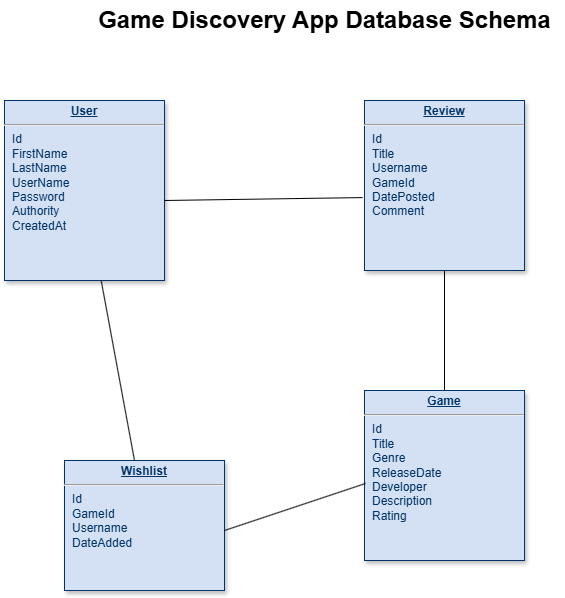
Earlier version of the draw.io export Game-Discovery-App-Database-Diagram.png (randiquek/Assessment-Java-Full-Stack-Application). Source tidied: cells renumbered, new cells last; positions are measured from the earlier drawing's top-left corner, leaving out a move shared by most shapes. The source it was exported from:
```xml
<mxGraphModel>
  <root>
    <mxCell id="0" />
    <mxCell id="1" parent="0" />
    <mxCell id="2" value="&lt;p style=&quot;margin: 0px; margin-top: 4px; text-align: center; text-decoration: underline;&quot;&gt;&lt;strong&gt;User&lt;/strong&gt;&lt;/p&gt;&lt;hr&gt;&lt;p style=&quot;margin: 0px; margin-left: 8px;&quot;&gt;Id&lt;/p&gt;&lt;p style=&quot;margin: 0px; margin-left: 8px;&quot;&gt;FirstName&lt;/p&gt;&lt;p style=&quot;margin: 0px; margin-left: 8px;&quot;&gt;LastName&lt;/p&gt;&lt;p style=&quot;margin: 0px; margin-left: 8px;&quot;&gt;UserName&lt;/p&gt;&lt;p style=&quot;margin: 0px; margin-left: 8px;&quot;&gt;Password&lt;/p&gt;&lt;p style=&quot;margin: 0px; margin-left: 8px;&quot;&gt;Authority&lt;/p&gt;&lt;p style=&quot;margin: 0px; margin-left: 8px;&quot;&gt;CreatedAt&lt;/p&gt;" style="verticalAlign=top;align=left;overflow=fill;fontSize=12;fontFamily=Helvetica;html=1;strokeColor=#003366;shadow=1;fillColor=#D4E1F5;fontColor=#003366;" parent="1" vertex="1">
      <mxGeometry y="100" width="160" height="180" as="geometry" />
    </mxCell>
    <mxCell id="3" value="&lt;p style=&quot;margin: 0px; margin-top: 4px; text-align: center; text-decoration: underline;&quot;&gt;&lt;b&gt;Review&lt;/b&gt;&lt;/p&gt;&lt;hr&gt;&lt;p style=&quot;margin: 0px; margin-left: 8px;&quot;&gt;Id&lt;/p&gt;&lt;p style=&quot;margin: 0px; margin-left: 8px;&quot;&gt;Title&lt;/p&gt;&lt;p style=&quot;margin: 0px; margin-left: 8px;&quot;&gt;Username&lt;/p&gt;&lt;p style=&quot;margin: 0px; margin-left: 8px;&quot;&gt;GameId&lt;/p&gt;&lt;p style=&quot;margin: 0px; margin-left: 8px;&quot;&gt;DatePosted&lt;/p&gt;&lt;p style=&quot;margin: 0px; margin-left: 8px;&quot;&gt;Comment&lt;/p&gt;" style="verticalAlign=top;align=left;overflow=fill;fontSize=12;fontFamily=Helvetica;html=1;strokeColor=#003366;shadow=1;fillColor=#D4E1F5;fontColor=#003366;" parent="1" vertex="1">
      <mxGeometry x="360" y="100" width="160" height="170" as="geometry" />
    </mxCell>
    <mxCell id="4" value="&lt;p style=&quot;margin: 0px; margin-top: 4px; text-align: center; text-decoration: underline;&quot;&gt;&lt;b&gt;Game&lt;/b&gt;&lt;/p&gt;&lt;hr&gt;&lt;p style=&quot;margin: 0px; margin-left: 8px;&quot;&gt;Id&lt;/p&gt;&lt;p style=&quot;margin: 0px; margin-left: 8px;&quot;&gt;&lt;span style=&quot;background-color: transparent; color: light-dark(rgb(0, 51, 102), rgb(161, 205, 249));&quot;&gt;Title&lt;/span&gt;&lt;/p&gt;&lt;p style=&quot;margin: 0px; margin-left: 8px;&quot;&gt;&lt;span style=&quot;background-color: transparent; color: light-dark(rgb(0, 51, 102), rgb(161, 205, 249));&quot;&gt;Genre&lt;/span&gt;&lt;/p&gt;&lt;p style=&quot;margin: 0px; margin-left: 8px;&quot;&gt;&lt;span style=&quot;background-color: transparent; color: light-dark(rgb(0, 51, 102), rgb(161, 205, 249));&quot;&gt;ReleaseDate&lt;/span&gt;&lt;/p&gt;&lt;p style=&quot;margin: 0px; margin-left: 8px;&quot;&gt;&lt;span style=&quot;background-color: transparent; color: light-dark(rgb(0, 51, 102), rgb(161, 205, 249));&quot;&gt;Developer&lt;/span&gt;&lt;/p&gt;&lt;p style=&quot;margin: 0px; margin-left: 8px;&quot;&gt;&lt;span style=&quot;background-color: transparent; color: light-dark(rgb(0, 51, 102), rgb(161, 205, 249));&quot;&gt;Description&lt;/span&gt;&lt;/p&gt;&lt;p style=&quot;margin: 0px; margin-left: 8px;&quot;&gt;&lt;span style=&quot;background-color: transparent; color: light-dark(rgb(0, 51, 102), rgb(161, 205, 249));&quot;&gt;Rating&lt;/span&gt;&lt;/p&gt;&lt;p style=&quot;margin: 0px; margin-left: 8px;&quot;&gt;&lt;br&gt;&lt;/p&gt;" style="verticalAlign=top;align=left;overflow=fill;fontSize=12;fontFamily=Helvetica;html=1;strokeColor=#003366;shadow=1;fillColor=#D4E1F5;fontColor=#003366;" parent="1" vertex="1">
      <mxGeometry x="360" y="390" width="160" height="170" as="geometry" />
    </mxCell>
    <mxCell id="5" value="&lt;p style=&quot;margin: 0px; margin-top: 4px; text-align: center; text-decoration: underline;&quot;&gt;&lt;b&gt;Wishlist&lt;/b&gt;&lt;/p&gt;&lt;hr&gt;&lt;p style=&quot;margin: 0px; margin-left: 8px;&quot;&gt;Id&lt;/p&gt;&lt;p style=&quot;margin: 0px; margin-left: 8px;&quot;&gt;GameId&lt;/p&gt;&lt;p style=&quot;margin: 0px; margin-left: 8px;&quot;&gt;Username&lt;/p&gt;&lt;p style=&quot;margin: 0px; margin-left: 8px;&quot;&gt;DateAdded&lt;/p&gt;" style="verticalAlign=top;align=left;overflow=fill;fontSize=12;fontFamily=Helvetica;html=1;strokeColor=#003366;shadow=1;fillColor=#D4E1F5;fontColor=#003366;" parent="1" vertex="1">
      <mxGeometry x="60" y="460" width="160" height="130" as="geometry" />
    </mxCell>
    <mxCell id="6" value="&lt;font style=&quot;font-size: 24px;&quot;&gt;&lt;b&gt;Game Discovery App Database Schema&lt;/b&gt;&lt;/font&gt;" style="text;html=1;align=center;verticalAlign=middle;strokeColor=none;fillColor=none;" parent="1" vertex="1">
      <mxGeometry x="80" width="480" height="40" as="geometry" />
    </mxCell>
    <mxCell id="7" style="endArrow=none;html=1;rounded=0;entryX=0.5;entryY=1;entryDx=0;entryDy=0;exitX=0.5;exitY=0;exitDx=0;exitDy=0;" parent="1" edge="1" source="4" target="3">
      <mxGeometry relative="1" as="geometry" />
    </mxCell>
    <mxCell id="8" style="endArrow=none;html=1;rounded=0;entryX=0.006;entryY=0.547;entryDx=0;entryDy=0;entryPerimeter=0;" parent="1" edge="1" target="4">
      <mxGeometry relative="1" as="geometry">
        <mxPoint x="220" y="530" as="sourcePoint" />
      </mxGeometry>
    </mxCell>
    <mxCell id="9" style="endArrow=none;html=1;rounded=0;" parent="1" edge="1" target="2">
      <mxGeometry relative="1" as="geometry">
        <mxPoint x="130" y="460" as="sourcePoint" />
      </mxGeometry>
    </mxCell>
    <mxCell id="10" style="endArrow=none;html=1;rounded=0;entryX=-0.012;entryY=0.571;entryDx=0;entryDy=0;entryPerimeter=0;" parent="1" edge="1" target="3">
      <mxGeometry relative="1" as="geometry">
        <mxPoint x="160" y="200" as="sourcePoint" />
      </mxGeometry>
    </mxCell>
  </root>
</mxGraphModel>
```
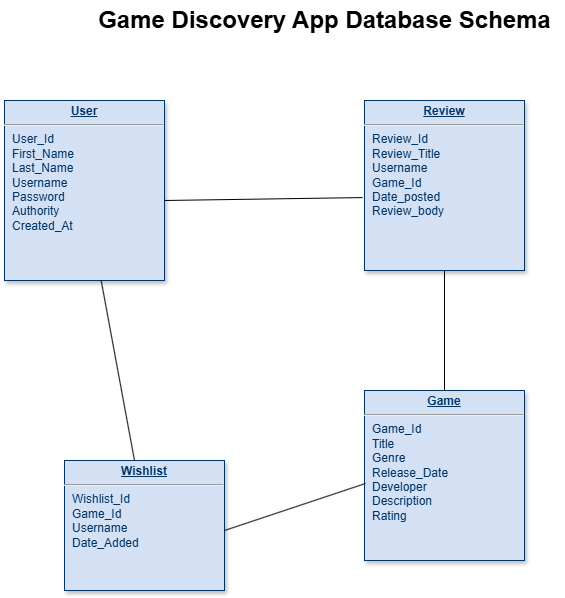
Later version of the same file.

Commit message:
added ERD and class diagram

The edit, as a diff of the source:
```diff
@@ -2,16 +2,16 @@
   <root>
     <mxCell id="0" />
     <mxCell id="1" parent="0" />
-    <mxCell id="2" value="&lt;p style=&quot;margin: 0px; margin-top: 4px; text-align: center; text-decoration: underline;&quot;&gt;&lt;strong&gt;User&lt;/strong&gt;&lt;/p&gt;&lt;hr&gt;&lt;p style=&quot;margin: 0px; margin-left: 8px;&quot;&gt;Id&lt;/p&gt;&lt;p style=&quot;margin: 0px; margin-left: 8px;&quot;&gt;FirstName&lt;/p&gt;&lt;p style=&quot;margin: 0px; margin-left: 8px;&quot;&gt;LastName&lt;/p&gt;&lt;p style=&quot;margin: 0px; margin-left: 8px;&quot;&gt;UserName&lt;/p&gt;&lt;p style=&quot;margin: 0px; margin-left: 8px;&quot;&gt;Password&lt;/p&gt;&lt;p style=&quot;margin: 0px; margin-left: 8px;&quot;&gt;Authority&lt;/p&gt;&lt;p style=&quot;margin: 0px; margin-left: 8px;&quot;&gt;CreatedAt&lt;/p&gt;" style="verticalAlign=top;align=left;overflow=fill;fontSize=12;fontFamily=Helvetica;html=1;strokeColor=#003366;shadow=1;fillColor=#D4E1F5;fontColor=#003366;" parent="1" vertex="1">
+    <mxCell id="2" value="&lt;p style=&quot;margin: 0px; margin-top: 4px; text-align: center; text-decoration: underline;&quot;&gt;&lt;strong&gt;User&lt;/strong&gt;&lt;/p&gt;&lt;hr&gt;&lt;p style=&quot;margin: 0px; margin-left: 8px;&quot;&gt;User_Id&lt;/p&gt;&lt;p style=&quot;margin: 0px; margin-left: 8px;&quot;&gt;First_Name&lt;/p&gt;&lt;p style=&quot;margin: 0px; margin-left: 8px;&quot;&gt;Last_Name&lt;/p&gt;&lt;p style=&quot;margin: 0px; margin-left: 8px;&quot;&gt;Username&lt;/p&gt;&lt;p style=&quot;margin: 0px; margin-left: 8px;&quot;&gt;Password&lt;/p&gt;&lt;p style=&quot;margin: 0px; margin-left: 8px;&quot;&gt;Authority&lt;/p&gt;&lt;p style=&quot;margin: 0px; margin-left: 8px;&quot;&gt;Created_At&lt;/p&gt;&lt;p style=&quot;margin: 0px; margin-left: 8px;&quot;&gt;&lt;br&gt;&lt;/p&gt;" style="verticalAlign=top;align=left;overflow=fill;fontSize=12;fontFamily=Helvetica;html=1;strokeColor=#003366;shadow=1;fillColor=#D4E1F5;fontColor=#003366;" parent="1" vertex="1">
       <mxGeometry y="100" width="160" height="180" as="geometry" />
     </mxCell>
-    <mxCell id="3" value="&lt;p style=&quot;margin: 0px; margin-top: 4px; text-align: center; text-decoration: underline;&quot;&gt;&lt;b&gt;Review&lt;/b&gt;&lt;/p&gt;&lt;hr&gt;&lt;p style=&quot;margin: 0px; margin-left: 8px;&quot;&gt;Id&lt;/p&gt;&lt;p style=&quot;margin: 0px; margin-left: 8px;&quot;&gt;Title&lt;/p&gt;&lt;p style=&quot;margin: 0px; margin-left: 8px;&quot;&gt;Username&lt;/p&gt;&lt;p style=&quot;margin: 0px; margin-left: 8px;&quot;&gt;GameId&lt;/p&gt;&lt;p style=&quot;margin: 0px; margin-left: 8px;&quot;&gt;DatePosted&lt;/p&gt;&lt;p style=&quot;margin: 0px; margin-left: 8px;&quot;&gt;Comment&lt;/p&gt;" style="verticalAlign=top;align=left;overflow=fill;fontSize=12;fontFamily=Helvetica;html=1;strokeColor=#003366;shadow=1;fillColor=#D4E1F5;fontColor=#003366;" parent="1" vertex="1">
+    <mxCell id="3" value="&lt;p style=&quot;margin: 0px; margin-top: 4px; text-align: center; text-decoration: underline;&quot;&gt;&lt;b&gt;Review&lt;/b&gt;&lt;/p&gt;&lt;hr&gt;&lt;p style=&quot;margin: 0px; margin-left: 8px;&quot;&gt;Review_Id&lt;/p&gt;&lt;p style=&quot;margin: 0px; margin-left: 8px;&quot;&gt;Review_Title&lt;/p&gt;&lt;p style=&quot;margin: 0px; margin-left: 8px;&quot;&gt;Username&lt;/p&gt;&lt;p style=&quot;margin: 0px; margin-left: 8px;&quot;&gt;Game_Id&lt;/p&gt;&lt;p style=&quot;margin: 0px; margin-left: 8px;&quot;&gt;Date_posted&lt;/p&gt;&lt;p style=&quot;margin: 0px; margin-left: 8px;&quot;&gt;Review_body&lt;/p&gt;" style="verticalAlign=top;align=left;overflow=fill;fontSize=12;fontFamily=Helvetica;html=1;strokeColor=#003366;shadow=1;fillColor=#D4E1F5;fontColor=#003366;" parent="1" vertex="1">
       <mxGeometry x="360" y="100" width="160" height="170" as="geometry" />
     </mxCell>
-    <mxCell id="4" value="&lt;p style=&quot;margin: 0px; margin-top: 4px; text-align: center; text-decoration: underline;&quot;&gt;&lt;b&gt;Game&lt;/b&gt;&lt;/p&gt;&lt;hr&gt;&lt;p style=&quot;margin: 0px; margin-left: 8px;&quot;&gt;Id&lt;/p&gt;&lt;p style=&quot;margin: 0px; margin-left: 8px;&quot;&gt;&lt;span style=&quot;background-color: transparent; color: light-dark(rgb(0, 51, 102), rgb(161, 205, 249));&quot;&gt;Title&lt;/span&gt;&lt;/p&gt;&lt;p style=&quot;margin: 0px; margin-left: 8px;&quot;&gt;&lt;span style=&quot;background-color: transparent; color: light-dark(rgb(0, 51, 102), rgb(161, 205, 249));&quot;&gt;Genre&lt;/span&gt;&lt;/p&gt;&lt;p style=&quot;margin: 0px; margin-left: 8px;&quot;&gt;&lt;span style=&quot;background-color: transparent; color: light-dark(rgb(0, 51, 102), rgb(161, 205, 249));&quot;&gt;ReleaseDate&lt;/span&gt;&lt;/p&gt;&lt;p style=&quot;margin: 0px; margin-left: 8px;&quot;&gt;&lt;span style=&quot;background-color: transparent; color: light-dark(rgb(0, 51, 102), rgb(161, 205, 249));&quot;&gt;Developer&lt;/span&gt;&lt;/p&gt;&lt;p style=&quot;margin: 0px; margin-left: 8px;&quot;&gt;&lt;span style=&quot;background-color: transparent; color: light-dark(rgb(0, 51, 102), rgb(161, 205, 249));&quot;&gt;Description&lt;/span&gt;&lt;/p&gt;&lt;p style=&quot;margin: 0px; margin-left: 8px;&quot;&gt;&lt;span style=&quot;background-color: transparent; color: light-dark(rgb(0, 51, 102), rgb(161, 205, 249));&quot;&gt;Rating&lt;/span&gt;&lt;/p&gt;&lt;p style=&quot;margin: 0px; margin-left: 8px;&quot;&gt;&lt;br&gt;&lt;/p&gt;" style="verticalAlign=top;align=left;overflow=fill;fontSize=12;fontFamily=Helvetica;html=1;strokeColor=#003366;shadow=1;fillColor=#D4E1F5;fontColor=#003366;" parent="1" vertex="1">
+    <mxCell id="4" value="&lt;p style=&quot;margin: 0px; margin-top: 4px; text-align: center; text-decoration: underline;&quot;&gt;&lt;b&gt;Game&lt;/b&gt;&lt;/p&gt;&lt;hr&gt;&lt;p style=&quot;margin: 0px; margin-left: 8px;&quot;&gt;Game_Id&lt;/p&gt;&lt;p style=&quot;margin: 0px; margin-left: 8px;&quot;&gt;&lt;span style=&quot;background-color: transparent; color: light-dark(rgb(0, 51, 102), rgb(161, 205, 249));&quot;&gt;Title&lt;/span&gt;&lt;/p&gt;&lt;p style=&quot;margin: 0px; margin-left: 8px;&quot;&gt;&lt;span style=&quot;background-color: transparent; color: light-dark(rgb(0, 51, 102), rgb(161, 205, 249));&quot;&gt;Genre&lt;/span&gt;&lt;/p&gt;&lt;p style=&quot;margin: 0px; margin-left: 8px;&quot;&gt;&lt;span style=&quot;background-color: transparent; color: light-dark(rgb(0, 51, 102), rgb(161, 205, 249));&quot;&gt;Release_Date&lt;/span&gt;&lt;/p&gt;&lt;p style=&quot;margin: 0px; margin-left: 8px;&quot;&gt;&lt;span style=&quot;background-color: transparent; color: light-dark(rgb(0, 51, 102), rgb(161, 205, 249));&quot;&gt;Developer&lt;/span&gt;&lt;/p&gt;&lt;p style=&quot;margin: 0px; margin-left: 8px;&quot;&gt;&lt;span style=&quot;background-color: transparent; color: light-dark(rgb(0, 51, 102), rgb(161, 205, 249));&quot;&gt;Description&lt;/span&gt;&lt;/p&gt;&lt;p style=&quot;margin: 0px; margin-left: 8px;&quot;&gt;&lt;span style=&quot;background-color: transparent; color: light-dark(rgb(0, 51, 102), rgb(161, 205, 249));&quot;&gt;Rating&lt;/span&gt;&lt;/p&gt;&lt;p style=&quot;margin: 0px; margin-left: 8px;&quot;&gt;&lt;br&gt;&lt;/p&gt;" style="verticalAlign=top;align=left;overflow=fill;fontSize=12;fontFamily=Helvetica;html=1;strokeColor=#003366;shadow=1;fillColor=#D4E1F5;fontColor=#003366;" parent="1" vertex="1">
       <mxGeometry x="360" y="390" width="160" height="170" as="geometry" />
     </mxCell>
-    <mxCell id="5" value="&lt;p style=&quot;margin: 0px; margin-top: 4px; text-align: center; text-decoration: underline;&quot;&gt;&lt;b&gt;Wishlist&lt;/b&gt;&lt;/p&gt;&lt;hr&gt;&lt;p style=&quot;margin: 0px; margin-left: 8px;&quot;&gt;Id&lt;/p&gt;&lt;p style=&quot;margin: 0px; margin-left: 8px;&quot;&gt;GameId&lt;/p&gt;&lt;p style=&quot;margin: 0px; margin-left: 8px;&quot;&gt;Username&lt;/p&gt;&lt;p style=&quot;margin: 0px; margin-left: 8px;&quot;&gt;DateAdded&lt;/p&gt;" style="verticalAlign=top;align=left;overflow=fill;fontSize=12;fontFamily=Helvetica;html=1;strokeColor=#003366;shadow=1;fillColor=#D4E1F5;fontColor=#003366;" parent="1" vertex="1">
+    <mxCell id="5" value="&lt;p style=&quot;margin: 0px; margin-top: 4px; text-align: center; text-decoration: underline;&quot;&gt;&lt;b&gt;Wishlist&lt;/b&gt;&lt;/p&gt;&lt;hr&gt;&lt;p style=&quot;margin: 0px; margin-left: 8px;&quot;&gt;Wishlist_Id&lt;/p&gt;&lt;p style=&quot;margin: 0px; margin-left: 8px;&quot;&gt;Game_Id&lt;/p&gt;&lt;p style=&quot;margin: 0px; margin-left: 8px;&quot;&gt;Username&lt;/p&gt;&lt;p style=&quot;margin: 0px; margin-left: 8px;&quot;&gt;Date_Added&lt;/p&gt;" style="verticalAlign=top;align=left;overflow=fill;fontSize=12;fontFamily=Helvetica;html=1;strokeColor=#003366;shadow=1;fillColor=#D4E1F5;fontColor=#003366;" parent="1" vertex="1">
       <mxGeometry x="60" y="460" width="160" height="130" as="geometry" />
     </mxCell>
     <mxCell id="6" value="&lt;font style=&quot;font-size: 24px;&quot;&gt;&lt;b&gt;Game Discovery App Database Schema&lt;/b&gt;&lt;/font&gt;" style="text;html=1;align=center;verticalAlign=middle;strokeColor=none;fillColor=none;" parent="1" vertex="1">
```
